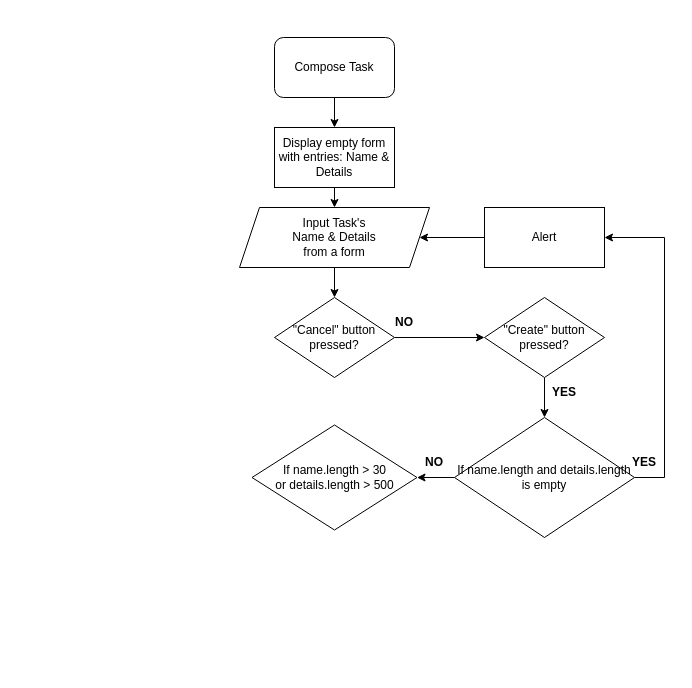
Earlier version of the draw.io diagram design/Untitled Diagram.drawio (gubrus50/to-do-list). Source tidied: cells renumbered, new cells numbered last; positions are measured from the earlier drawing's top-left corner, leaving out a move shared by most shapes. Both pictures are drawn from the tidied source at 100%, with x=0, y=0 at pixel (239, 37).
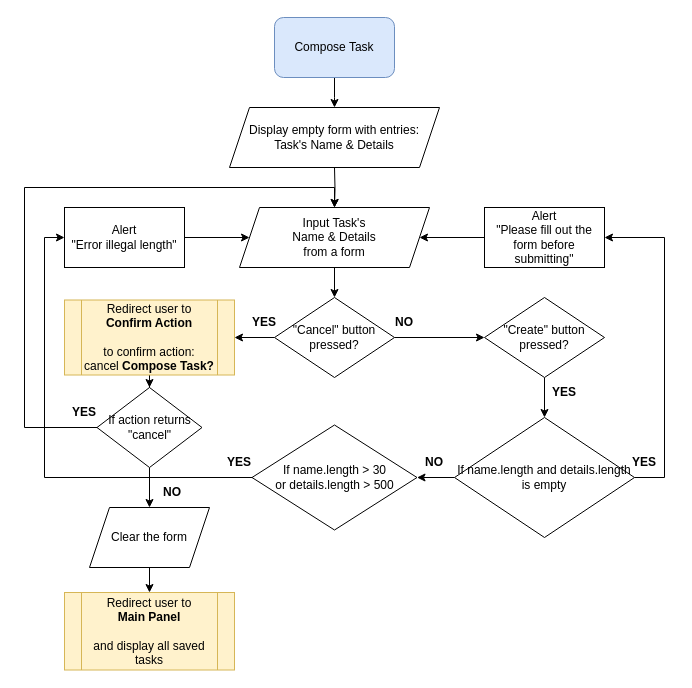
The same diagram, later.

The change refers to these unchanged cells:
```xml
<mxCell id="5" value="Input Task's&lt;br&gt;Name &amp;amp; Details&lt;br&gt;from a form" style="shape=parallelogram;perimeter=parallelogramPerimeter;whiteSpace=wrap;html=1;fixedSize=1;" parent="1" vertex="1">
  <mxGeometry y="170" width="190" height="60" as="geometry" />
</mxCell>
<mxCell id="9" value="If name.length &amp;gt; 30&lt;br&gt;or details.length &amp;gt; 500" style="rhombus;whiteSpace=wrap;html=1;" parent="1" vertex="1">
  <mxGeometry x="12.5" y="387.5" width="165" height="105" as="geometry" />
</mxCell>
<mxCell id="11" value="&quot;Cancel&quot; button pressed?" style="rhombus;whiteSpace=wrap;html=1;" parent="1" vertex="1">
  <mxGeometry x="35" y="260" width="120" height="80" as="geometry" />
</mxCell>
```

Change to the diagram source:
```diff
@@
-    <mxCell id="2" style="edgeStyle=orthogonalEdgeStyle;rounded=0;jettySize=auto;html=1;entryX=0.5;entryY=0;entryDx=0;entryDy=0;" parent="1" edge="1" source="3" target="21">
-      <mxGeometry relative="1" as="geometry" />
+    <mxCell id="2" style="edgeStyle=orthogonalEdgeStyle;rounded=0;jettySize=auto;html=1;entryX=0.5;entryY=0;entryDx=0;entryDy=0;" parent="1" edge="1" source="3">
+      <mxGeometry relative="1" as="geometry">
+        <mxPoint x="95" y="70" as="targetPoint" />
+      </mxGeometry>
     </mxCell>
-    <mxCell id="3" value="Compose Task" style="rounded=1;whiteSpace=wrap;html=1;" parent="1" vertex="1">
-      <mxGeometry x="35" width="120" height="60" as="geometry" />
+    <mxCell id="3" value="Compose Task" style="rounded=1;whiteSpace=wrap;html=1;fillColor=#dae8fc;strokeColor=#6c8ebf;" parent="1" vertex="1">
+      <mxGeometry x="35" y="-20" width="120" height="60" as="geometry" />
     </mxCell>
@@
+    <mxCell id="22" style="edgeStyle=orthogonalEdgeStyle;rounded=0;jettySize=auto;html=1;entryX=0;entryY=0.5;entryDx=0;entryDy=0;" parent="1" edge="1" source="9" target="26">
+      <mxGeometry relative="1" as="geometry" />
+    </mxCell>
@@
+    <mxCell id="23" style="edgeStyle=orthogonalEdgeStyle;rounded=0;jettySize=auto;html=1;entryX=1;entryY=0.5;entryDx=0;entryDy=0;" parent="1" edge="1" source="11" target="30">
+      <mxGeometry relative="1" as="geometry" />
+    </mxCell>
@@
-    <mxCell id="19" value="Alert " style="rounded=0;whiteSpace=wrap;html=1;" parent="1" vertex="1">
+    <mxCell id="19" value="Alert&lt;br&gt;&quot;Please fill out the form before submitting&quot;" style="rounded=0;whiteSpace=wrap;html=1;" parent="1" vertex="1">
       <mxGeometry x="245" y="170" width="120" height="60" as="geometry" />
     </mxCell>
-    <mxCell id="20" style="edgeStyle=orthogonalEdgeStyle;rounded=0;jettySize=auto;html=1;exitX=0.5;exitY=1;exitDx=0;exitDy=0;entryX=0.5;entryY=0;entryDx=0;entryDy=0;" parent="1" edge="1" source="21" target="5">
-      <mxGeometry relative="1" as="geometry" />
-    </mxCell>
-    <mxCell id="21" value="Display empty form with entries: Name &amp;amp; Details" style="rounded=0;whiteSpace=wrap;html=1;" parent="1" vertex="1">
-      <mxGeometry x="35" y="90" width="120" height="60" as="geometry" />
-    </mxCell>
+    <mxCell id="24" style="edgeStyle=orthogonalEdgeStyle;rounded=0;jettySize=auto;html=1;entryX=0.5;entryY=0;entryDx=0;entryDy=0;" parent="1" edge="1" target="5">
+      <mxGeometry relative="1" as="geometry">
+        <mxPoint x="95" y="130" as="sourcePoint" />
+      </mxGeometry>
+    </mxCell>
+    <mxCell id="25" style="edgeStyle=orthogonalEdgeStyle;rounded=0;jettySize=auto;html=1;entryX=0;entryY=0.5;entryDx=0;entryDy=0;" parent="1" edge="1" source="26" target="5">
+      <mxGeometry relative="1" as="geometry" />
+    </mxCell>
+    <mxCell id="26" value="Alert&lt;br&gt;&quot;Error illegal length&quot;" style="rounded=0;whiteSpace=wrap;html=1;" parent="1" vertex="1">
+      <mxGeometry x="-175" y="170" width="120" height="60" as="geometry" />
+    </mxCell>
+    <mxCell id="27" value="&lt;b&gt;YES&lt;/b&gt;" style="text;html=1;strokeColor=none;fillColor=none;align=center;verticalAlign=middle;whiteSpace=wrap;rounded=0;" parent="1" vertex="1">
+      <mxGeometry x="-30" y="410" width="60" height="30" as="geometry" />
+    </mxCell>
+    <mxCell id="28" value="&lt;b&gt;YES&lt;/b&gt;" style="text;html=1;strokeColor=none;fillColor=none;align=center;verticalAlign=middle;whiteSpace=wrap;rounded=0;" parent="1" vertex="1">
+      <mxGeometry x="-5" y="270" width="60" height="30" as="geometry" />
+    </mxCell>
+    <mxCell id="29" style="edgeStyle=orthogonalEdgeStyle;rounded=0;jettySize=auto;html=1;entryX=0.5;entryY=0;entryDx=0;entryDy=0;" parent="1" edge="1" source="30" target="33">
+      <mxGeometry relative="1" as="geometry" />
+    </mxCell>
+    <mxCell id="30" value="Redirect user to &lt;b&gt;Confirm Action&lt;/b&gt;&lt;br&gt;&lt;br&gt;to confirm action:&lt;br&gt;cancel &lt;b&gt;Compose Task?&lt;/b&gt;" style="shape=process;whiteSpace=wrap;html=1;backgroundOutline=1;fillColor=#fff2cc;strokeColor=#d6b656;" parent="1" vertex="1">
+      <mxGeometry x="-175" y="262.5" width="170" height="75" as="geometry" />
+    </mxCell>
+    <mxCell id="31" style="edgeStyle=orthogonalEdgeStyle;rounded=0;jettySize=auto;html=1;entryX=0.5;entryY=0;entryDx=0;entryDy=0;" parent="1" edge="1" source="33" target="5">
+      <mxGeometry relative="1" as="geometry">
+        <Array as="points">
+          <mxPoint x="-215" y="390" />
+          <mxPoint x="-215" y="150" />
+          <mxPoint x="95" y="150" />
+        </Array>
+      </mxGeometry>
+    </mxCell>
+    <mxCell id="32" style="edgeStyle=orthogonalEdgeStyle;rounded=0;jettySize=auto;html=1;entryX=0.5;entryY=0;entryDx=0;entryDy=0;" parent="1" edge="1" source="33" target="37">
+      <mxGeometry relative="1" as="geometry" />
+    </mxCell>
+    <mxCell id="33" value="If action returns &quot;cancel&quot;" style="rhombus;whiteSpace=wrap;html=1;" parent="1" vertex="1">
+      <mxGeometry x="-142.5" y="350" width="105" height="80" as="geometry" />
+    </mxCell>
+    <mxCell id="34" value="&lt;b&gt;YES&lt;/b&gt;" style="text;html=1;strokeColor=none;fillColor=none;align=center;verticalAlign=middle;whiteSpace=wrap;rounded=0;" parent="1" vertex="1">
+      <mxGeometry x="-185" y="360" width="60" height="30" as="geometry" />
+    </mxCell>
+    <mxCell id="35" value="Display empty form with entries:&lt;br&gt;Task's Name &amp;amp; Details" style="shape=parallelogram;perimeter=parallelogramPerimeter;whiteSpace=wrap;html=1;fixedSize=1;" parent="1" vertex="1">
+      <mxGeometry x="-10" y="70" width="210" height="60" as="geometry" />
+    </mxCell>
+    <mxCell id="36" style="edgeStyle=orthogonalEdgeStyle;rounded=0;jettySize=auto;html=1;entryX=0.5;entryY=0;entryDx=0;entryDy=0;" parent="1" edge="1" source="37" target="39">
+      <mxGeometry relative="1" as="geometry" />
+    </mxCell>
+    <mxCell id="37" value="Clear the form" style="shape=parallelogram;perimeter=parallelogramPerimeter;whiteSpace=wrap;html=1;fixedSize=1;" parent="1" vertex="1">
+      <mxGeometry x="-150" y="470" width="120" height="60" as="geometry" />
+    </mxCell>
+    <mxCell id="38" value="&lt;b&gt;NO&lt;/b&gt;" style="text;html=1;strokeColor=none;fillColor=none;align=center;verticalAlign=middle;whiteSpace=wrap;rounded=0;" parent="1" vertex="1">
+      <mxGeometry x="-97.5" y="440" width="60" height="30" as="geometry" />
+    </mxCell>
+    <mxCell id="39" value="Redirect user to&lt;br&gt;&lt;b&gt;Main Panel&lt;/b&gt;&lt;br&gt;&lt;br&gt;and display all saved tasks" style="shape=process;whiteSpace=wrap;html=1;backgroundOutline=1;fillColor=#fff2cc;strokeColor=#d6b656;" parent="1" vertex="1">
+      <mxGeometry x="-175" y="555" width="170" height="77.5" as="geometry" />
+    </mxCell>
```
